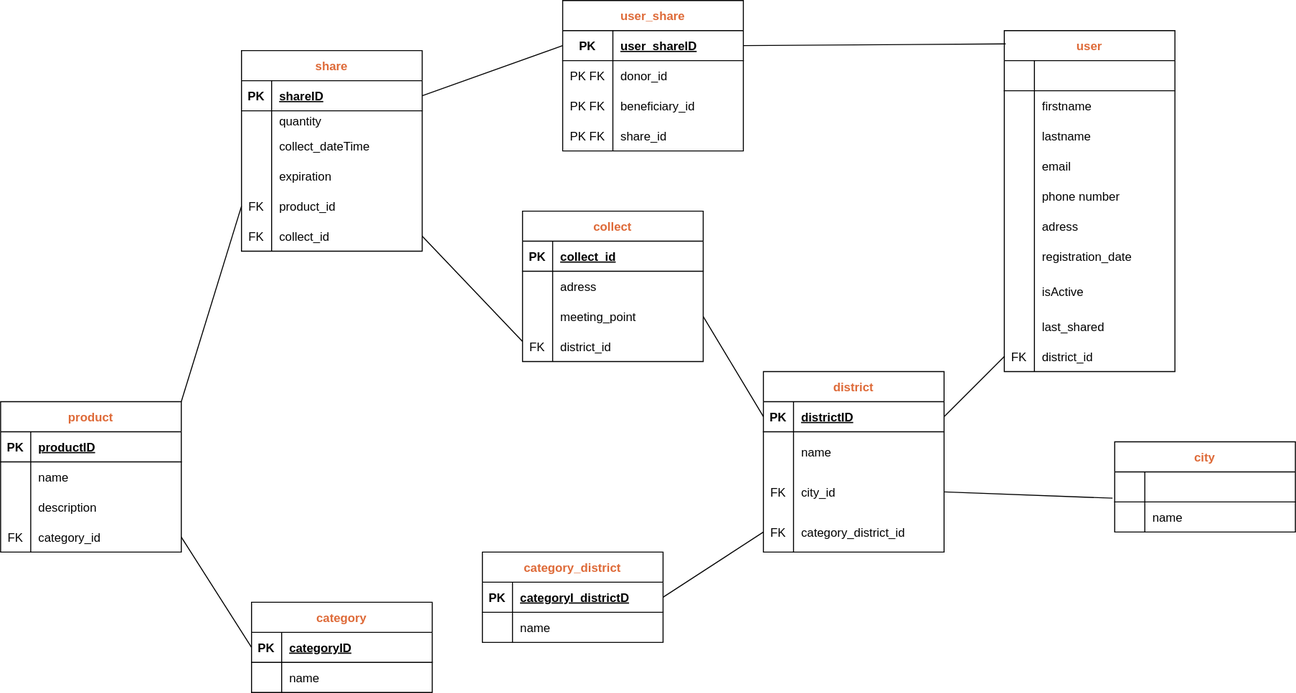
This is code/server/Merise_VAG/MLD/vag.drawio.svg from Mandine42/vag, a draw.io export, as it was before one commit. Source tidied: cells renumbered, new cells last; positions are measured from the earlier drawing's top-left corner, leaving out a move shared by most shapes.
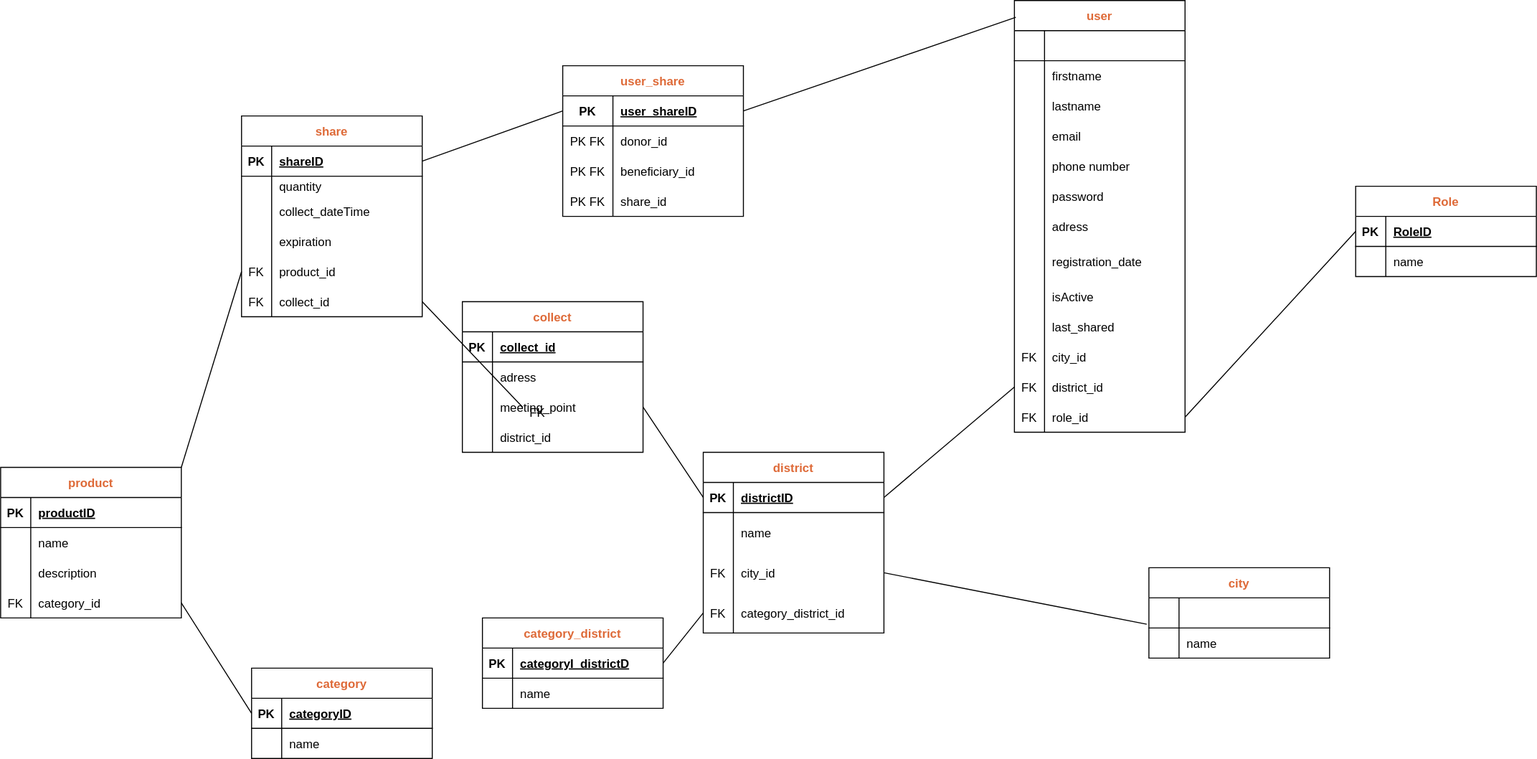
After the change.

What changed in the source:
```diff
@@ -3,7 +3,7 @@
     <mxCell id="0" />
     <mxCell id="1" parent="0" />
     <mxCell id="2" value="user" style="shape=table;startSize=30;rowLines=0;fontStyle=1;align=center;fontColor=#DE6A38;" parent="1" vertex="1">
-      <mxGeometry x="1000" y="30" width="170" height="340" as="geometry" />
+      <mxGeometry x="1010" y="-65" width="170" height="430" as="geometry" />
     </mxCell>
     <mxCell id="3" style="shape=tableRow;horizontal=0;startSize=0;swimlaneHead=0;swimlaneBody=0;fillColor=none;top=0;left=0;right=0;bottom=1;fontColor=#256468;" parent="2" vertex="1">
       <mxGeometry y="30" width="170" height="30" as="geometry" />
@@ -56,7 +56,7 @@
     <mxCell id="19" style="shape=partialRectangle;fillColor=none;top=0;left=0;bottom=0;right=0;overflow=hidden;" parent="18" vertex="1">
       <mxGeometry width="30" height="30" as="geometry" />
     </mxCell>
-    <mxCell id="20" value="adress" style="shape=partialRectangle;fillColor=none;top=0;left=0;bottom=0;right=0;align=left;spacingLeft=6;overflow=hidden;" parent="18" vertex="1">
+    <mxCell id="20" value="password" style="shape=partialRectangle;fillColor=none;top=0;left=0;bottom=0;right=0;align=left;spacingLeft=6;overflow=hidden;" parent="18" vertex="1">
       <mxGeometry x="30" width="140" height="30" as="geometry" />
     </mxCell>
     <mxCell id="21" style="shape=tableRow;horizontal=0;startSize=0;swimlaneHead=0;swimlaneBody=0;fillColor=none;top=0;left=0;right=0;bottom=0;" parent="2" vertex="1">
@@ -65,7 +65,7 @@
     <mxCell id="22" style="shape=partialRectangle;fillColor=none;top=0;left=0;bottom=0;right=0;overflow=hidden;" parent="21" vertex="1">
       <mxGeometry width="30" height="30" as="geometry" />
     </mxCell>
-    <mxCell id="23" value="registration_date" style="shape=partialRectangle;fillColor=none;top=0;left=0;bottom=0;right=0;align=left;spacingLeft=6;overflow=hidden;" parent="21" vertex="1">
+    <mxCell id="23" value="adress" style="shape=partialRectangle;fillColor=none;top=0;left=0;bottom=0;right=0;align=left;spacingLeft=6;overflow=hidden;" parent="21" vertex="1">
       <mxGeometry x="30" width="140" height="30" as="geometry" />
     </mxCell>
     <mxCell id="24" style="shape=tableRow;horizontal=0;startSize=0;swimlaneHead=0;swimlaneBody=0;fillColor=none;top=0;left=0;right=0;bottom=0;" parent="2" vertex="1">
@@ -74,7 +74,7 @@
     <mxCell id="25" style="shape=partialRectangle;fillColor=none;top=0;left=0;bottom=0;right=0;overflow=hidden;" parent="24" vertex="1">
       <mxGeometry width="30" height="40" as="geometry" />
     </mxCell>
-    <mxCell id="26" value="isActive" style="shape=partialRectangle;fillColor=none;top=0;left=0;bottom=0;right=0;align=left;spacingLeft=6;overflow=hidden;" parent="24" vertex="1">
+    <mxCell id="26" value="registration_date" style="shape=partialRectangle;fillColor=none;top=0;left=0;bottom=0;right=0;align=left;spacingLeft=6;overflow=hidden;" parent="24" vertex="1">
       <mxGeometry x="30" width="140" height="40" as="geometry" />
     </mxCell>
     <mxCell id="27" style="shape=tableRow;horizontal=0;startSize=0;swimlaneHead=0;swimlaneBody=0;fillColor=none;top=0;left=0;right=0;bottom=0;" parent="2" vertex="1">
@@ -83,20 +83,47 @@
     <mxCell id="28" style="shape=partialRectangle;fillColor=none;top=0;left=0;bottom=0;right=0;overflow=hidden;" parent="27" vertex="1">
       <mxGeometry width="30" height="30" as="geometry" />
     </mxCell>
-    <mxCell id="29" value="last_shared" style="shape=partialRectangle;fillColor=none;top=0;left=0;bottom=0;right=0;align=left;spacingLeft=6;overflow=hidden;" parent="27" vertex="1">
+    <mxCell id="29" value="isActive" style="shape=partialRectangle;fillColor=none;top=0;left=0;bottom=0;right=0;align=left;spacingLeft=6;overflow=hidden;" parent="27" vertex="1">
       <mxGeometry x="30" width="140" height="30" as="geometry" />
     </mxCell>
     <mxCell id="30" style="shape=tableRow;horizontal=0;startSize=0;swimlaneHead=0;swimlaneBody=0;fillColor=none;points=[[0,0.5],[1,0.5]];portConstraint=eastwest;top=0;left=0;right=0;bottom=0;" parent="2" vertex="1">
       <mxGeometry y="310" width="170" height="30" as="geometry" />
     </mxCell>
-    <mxCell id="31" value="FK" style="shape=partialRectangle;fillColor=none;top=0;left=0;bottom=0;right=0;overflow=hidden;" parent="30" vertex="1">
+    <mxCell id="31" style="shape=partialRectangle;fillColor=none;top=0;left=0;bottom=0;right=0;overflow=hidden;" parent="30" vertex="1">
       <mxGeometry width="30" height="30" as="geometry" />
     </mxCell>
-    <mxCell id="32" value="district_id" style="shape=partialRectangle;fillColor=none;top=0;left=0;bottom=0;right=0;align=left;spacingLeft=6;overflow=hidden;" parent="30" vertex="1">
+    <mxCell id="32" value="last_shared" style="shape=partialRectangle;fillColor=none;top=0;left=0;bottom=0;right=0;align=left;spacingLeft=6;overflow=hidden;" parent="30" vertex="1">
       <mxGeometry x="30" width="140" height="30" as="geometry" />
     </mxCell>
+    <mxCell id="135" style="shape=tableRow;horizontal=0;startSize=0;swimlaneHead=0;swimlaneBody=0;fillColor=none;top=0;left=0;right=0;bottom=0;" parent="2" vertex="1">
+      <mxGeometry y="340" width="170" height="30" as="geometry" />
+    </mxCell>
+    <mxCell id="136" value="FK" style="shape=partialRectangle;fillColor=none;top=0;left=0;bottom=0;right=0;overflow=hidden;" parent="135" vertex="1">
+      <mxGeometry width="30" height="30" as="geometry" />
+    </mxCell>
+    <mxCell id="137" value="city_id" style="shape=partialRectangle;fillColor=none;top=0;left=0;bottom=0;right=0;align=left;spacingLeft=6;overflow=hidden;" parent="135" vertex="1">
+      <mxGeometry x="30" width="140" height="30" as="geometry" />
+    </mxCell>
+    <mxCell id="138" style="shape=tableRow;horizontal=0;startSize=0;swimlaneHead=0;swimlaneBody=0;fillColor=none;points=[[0,0.5],[1,0.5]];portConstraint=eastwest;top=0;left=0;right=0;bottom=0;" parent="2" vertex="1">
+      <mxGeometry y="370" width="170" height="30" as="geometry" />
+    </mxCell>
+    <mxCell id="139" value="FK" style="shape=partialRectangle;fillColor=none;top=0;left=0;bottom=0;right=0;overflow=hidden;" parent="138" vertex="1">
+      <mxGeometry width="30" height="30" as="geometry" />
+    </mxCell>
+    <mxCell id="140" value="district_id" style="shape=partialRectangle;fillColor=none;top=0;left=0;bottom=0;right=0;align=left;spacingLeft=6;overflow=hidden;" parent="138" vertex="1">
+      <mxGeometry x="30" width="140" height="30" as="geometry" />
+    </mxCell>
+    <mxCell id="141" style="shape=tableRow;horizontal=0;startSize=0;swimlaneHead=0;swimlaneBody=0;fillColor=none;points=[[0,0.5],[1,0.5]];portConstraint=eastwest;top=0;left=0;right=0;bottom=0;" parent="2" vertex="1">
+      <mxGeometry y="400" width="170" height="30" as="geometry" />
+    </mxCell>
+    <mxCell id="142" value="FK" style="shape=partialRectangle;fillColor=none;top=0;left=0;bottom=0;right=0;overflow=hidden;" parent="141" vertex="1">
+      <mxGeometry width="30" height="30" as="geometry" />
+    </mxCell>
+    <mxCell id="143" value="role_id" style="shape=partialRectangle;fillColor=none;top=0;left=0;bottom=0;right=0;align=left;spacingLeft=6;overflow=hidden;" parent="141" vertex="1">
+      <mxGeometry x="30" width="140" height="30" as="geometry" />
+    </mxCell>
     <mxCell id="33" value="city" style="shape=table;startSize=30;rowLines=0;fontStyle=1;align=center;fontColor=#de6a38;" parent="1" vertex="1">
-      <mxGeometry x="1110" y="440" width="180" height="90" as="geometry" />
+      <mxGeometry x="1144" y="500" width="180" height="90" as="geometry" />
     </mxCell>
     <mxCell id="34" style="shape=tableRow;horizontal=0;startSize=0;swimlaneHead=0;swimlaneBody=0;fillColor=none;top=0;left=0;right=0;bottom=1;" parent="33" vertex="1">
       <mxGeometry y="30" width="180" height="30" as="geometry" />
@@ -117,7 +144,7 @@
       <mxGeometry x="30" width="150" height="30" as="geometry" />
     </mxCell>
     <mxCell id="40" value="district" style="shape=table;startSize=30;rowLines=0;fontStyle=1;align=center;fontColor=#DE6A38;" parent="1" vertex="1">
-      <mxGeometry x="760" y="370" width="180" height="180" as="geometry" />
+      <mxGeometry x="700" y="385" width="180" height="180" as="geometry" />
     </mxCell>
     <mxCell id="41" style="shape=tableRow;horizontal=0;startSize=0;swimlaneHead=0;swimlaneBody=0;fillColor=none;points=[[0,0.5],[1,0.5]];portConstraint=eastwest;top=0;left=0;right=0;bottom=1;" parent="40" vertex="1">
       <mxGeometry y="30" width="180" height="30" as="geometry" />
@@ -155,7 +182,7 @@
     <mxCell id="52" value="category_district_id" style="shape=partialRectangle;fillColor=none;top=0;left=0;bottom=0;right=0;align=left;spacingLeft=6;overflow=hidden;" parent="50" vertex="1">
       <mxGeometry x="30" width="150" height="40" as="geometry" />
     </mxCell>
-    <mxCell id="53" style="endArrow=none;html=1;rounded=0;exitX=0;exitY=0.5;exitDx=0;exitDy=0;entryX=1;entryY=0.5;entryDx=0;entryDy=0;" parent="1" edge="1" source="30" target="41">
+    <mxCell id="53" style="endArrow=none;html=1;rounded=0;exitX=0;exitY=0.5;exitDx=0;exitDy=0;entryX=1;entryY=0.5;entryDx=0;entryDy=0;" parent="1" edge="1" source="138" target="41">
       <mxGeometry relative="1" as="geometry" />
     </mxCell>
     <mxCell id="54" style="endArrow=none;html=1;rounded=0;exitX=-0.012;exitY=-0.126;exitDx=0;exitDy=0;entryX=1;entryY=0.5;entryDx=0;entryDy=0;exitPerimeter=0;" parent="1" edge="1" source="37" target="47">
@@ -356,7 +383,7 @@
       <mxGeometry relative="1" as="geometry" />
     </mxCell>
     <mxCell id="119" value="collect" style="shape=table;startSize=30;rowLines=0;fontStyle=1;align=center;fontColor=#DE6A38;" parent="1" vertex="1">
-      <mxGeometry x="520" y="210" width="180" height="150" as="geometry" />
+      <mxGeometry x="460" y="235" width="180" height="150" as="geometry" />
     </mxCell>
     <mxCell id="120" style="shape=tableRow;horizontal=0;startSize=0;swimlaneHead=0;swimlaneBody=0;fillColor=none;top=0;left=0;right=0;bottom=1;" parent="119" vertex="1">
       <mxGeometry y="30" width="180" height="30" as="geometry" />
@@ -405,5 +432,29 @@
     <mxCell id="134" value="FK" style="shape=partialRectangle;fillColor=none;top=0;left=0;bottom=0;right=0;overflow=hidden;" parent="1" vertex="1">
       <mxGeometry x="520" y="330" width="30" height="30" as="geometry" />
     </mxCell>
+    <mxCell id="144" value="Role" style="shape=table;startSize=30;rowLines=0;fontStyle=1;align=center;fontColor=#DE6A38;" parent="1" vertex="1">
+      <mxGeometry x="1350" y="120" width="180" height="90" as="geometry" />
+    </mxCell>
+    <mxCell id="145" style="shape=tableRow;horizontal=0;startSize=0;swimlaneHead=0;swimlaneBody=0;fillColor=none;points=[[0,0.5],[1,0.5]];portConstraint=eastwest;top=0;left=0;right=0;bottom=1;" parent="144" vertex="1">
+      <mxGeometry y="30" width="180" height="30" as="geometry" />
+    </mxCell>
+    <mxCell id="146" value="PK" style="shape=partialRectangle;fillColor=none;top=0;left=0;bottom=0;right=0;fontStyle=1;overflow=hidden;" parent="145" vertex="1">
+      <mxGeometry width="30" height="30" as="geometry" />
+    </mxCell>
+    <mxCell id="147" value="RoleID" style="shape=partialRectangle;fillColor=none;top=0;left=0;bottom=0;right=0;align=left;spacingLeft=6;fontStyle=5;overflow=hidden;" parent="145" vertex="1">
+      <mxGeometry x="30" width="150" height="30" as="geometry" />
+    </mxCell>
+    <mxCell id="148" style="shape=tableRow;horizontal=0;startSize=0;swimlaneHead=0;swimlaneBody=0;fillColor=none;top=0;left=0;right=0;bottom=0;" parent="144" vertex="1">
+      <mxGeometry y="60" width="180" height="30" as="geometry" />
+    </mxCell>
+    <mxCell id="149" style="shape=partialRectangle;fillColor=none;top=0;left=0;bottom=0;right=0;overflow=hidden;" parent="148" vertex="1">
+      <mxGeometry width="30" height="30" as="geometry" />
+    </mxCell>
+    <mxCell id="150" value="name" style="shape=partialRectangle;fillColor=none;top=0;left=0;bottom=0;right=0;align=left;spacingLeft=6;overflow=hidden;" parent="148" vertex="1">
+      <mxGeometry x="30" width="150" height="30" as="geometry" />
+    </mxCell>
+    <mxCell id="151" style="endArrow=none;html=1;rounded=0;fontColor=#DE6A38;exitX=1;exitY=0.5;exitDx=0;exitDy=0;entryX=0;entryY=0.5;entryDx=0;entryDy=0;" parent="1" edge="1" source="141" target="145">
+      <mxGeometry relative="1" as="geometry" />
+    </mxCell>
   </root>
 </mxGraphModel>
```
